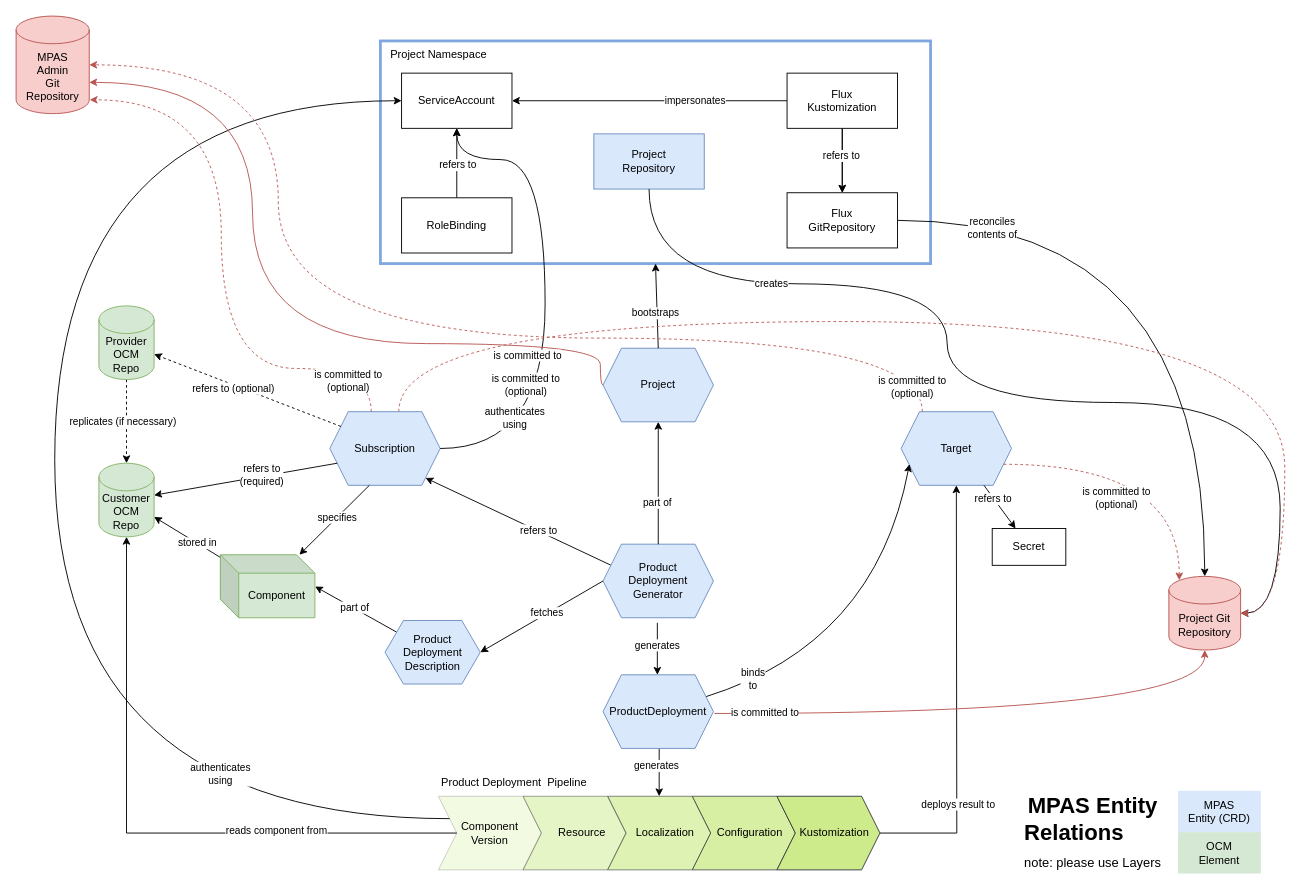
Earlier version of the draw.io diagram page "Resource Model" (5 of 6) of docs/concepts/diagrams/mpas_architecture.drawio (open-component-model/MPAS). Source tidied: cells renumbered, new cells numbered last; positions are measured from the earlier drawing's top-left corner, leaving out a move shared by most shapes. Both pictures are drawn from the tidied source at 92%, with x=0, y=0 at pixel (16, 16).
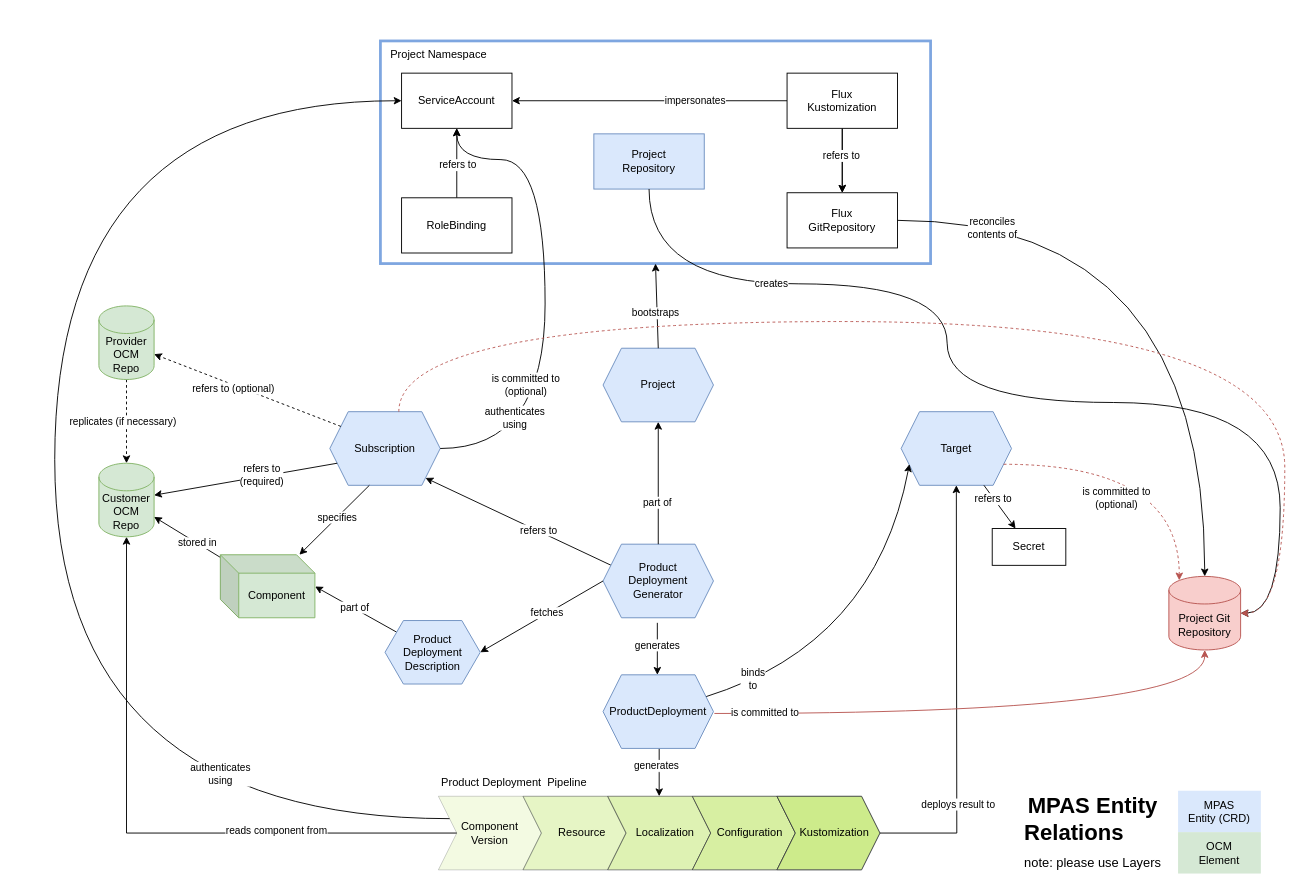
Above is the later version.

Unchanged cells that the change refers to:
```xml
<mxCell id="3" value="Project" style="shape=hexagon;perimeter=hexagonPerimeter2;whiteSpace=wrap;html=1;fixedSize=1;fillColor=#dae8fc;strokeColor=#6c8ebf;" parent="2" vertex="1">
  <mxGeometry x="638" y="361" width="120" height="80" as="geometry" />
</mxCell>
```

The edit, as a diff of the source:
```diff
@@
-    <mxCell id="90" parent="0" />
-    <mxCell id="91" style="edgeStyle=orthogonalEdgeStyle;curved=1;rounded=0;orthogonalLoop=1;jettySize=auto;html=1;dashed=1;exitX=0.375;exitY=0;exitDx=0;exitDy=0;fillColor=#f8cecc;strokeColor=#b85450;" parent="90" edge="1">
-      <mxGeometry relative="1" as="geometry">
-        <mxPoint x="386" y="430" as="sourcePoint" />
-        <mxPoint x="80" y="91" as="targetPoint" />
-        <Array as="points">
-          <mxPoint x="386" y="383" />
-          <mxPoint x="223" y="383" />
-          <mxPoint x="223" y="91" />
-        </Array>
-      </mxGeometry>
-    </mxCell>
-    <mxCell id="92" value="is committed to&lt;br&gt;(optional)" style="edgeLabel;html=1;align=center;verticalAlign=middle;" parent="91" vertex="1">
-      <mxGeometry x="-0.91" y="1" relative="1" as="geometry">
-        <mxPoint x="-25" y="-5" as="offset" />
-      </mxGeometry>
-    </mxCell>
-    <mxCell id="93" style="edgeStyle=orthogonalEdgeStyle;curved=1;rounded=0;jettySize=auto;html=1;dashed=1;fillColor=#f8cecc;strokeColor=#b85450;entryX=1;entryY=0.5;entryDx=0;entryDy=0;entryPerimeter=0;" parent="90" edge="1" target="97">
-      <mxGeometry relative="1" as="geometry">
-        <mxPoint x="985" y="430" as="sourcePoint" />
-        <Array as="points">
-          <mxPoint x="985" y="350" />
-          <mxPoint x="285" y="350" />
-          <mxPoint x="285" y="53" />
-        </Array>
-      </mxGeometry>
-    </mxCell>
-    <mxCell id="94" value="is committed to&lt;br&gt;(optional)" style="edgeLabel;html=1;align=center;verticalAlign=middle;" parent="93" vertex="1">
-      <mxGeometry x="-0.85" y="1" relative="1" as="geometry">
-        <mxPoint x="4" y="51" as="offset" />
-      </mxGeometry>
-    </mxCell>
-    <mxCell id="95" style="rounded=0;jettySize=auto;html=1;entryX=1;entryY=0;entryDx=0;entryDy=72;entryPerimeter=0;fillColor=#f8cecc;strokeColor=#b85450;edgeStyle=orthogonalEdgeStyle;curved=1;exitX=0;exitY=0.5;exitDx=0;exitDy=0;" parent="90" edge="1" source="3" target="97">
-      <mxGeometry relative="1" as="geometry">
-        <Array as="points">
-          <mxPoint x="635" y="356" />
-          <mxPoint x="257" y="356" />
-          <mxPoint x="257" y="72" />
-        </Array>
-      </mxGeometry>
-    </mxCell>
-    <mxCell id="96" value="is committed to" style="edgeLabel;html=1;align=center;verticalAlign=middle;" parent="95" vertex="1">
-      <mxGeometry x="-0.9" relative="1" as="geometry">
-        <mxPoint x="-80" y="8" as="offset" />
-      </mxGeometry>
-    </mxCell>
-    <mxCell id="97" value="MPAS&lt;br&gt;Admin&lt;br&gt;Git &lt;br&gt;Repository" style="shape=cylinder3;whiteSpace=wrap;html=1;boundedLbl=1;backgroundOutline=1;size=15;fillColor=#f8cecc;strokeColor=#b85450;" parent="90" vertex="1">
-      <mxGeometry width="79.5" height="106" as="geometry" />
-    </mxCell>
```
